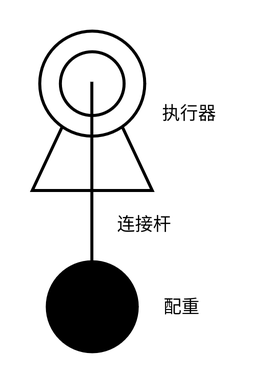
Above: image1.png in Sito-Drive/Single-actuator-torque-control (draw.io), before the change. Source tidied: cells renumbered, new cells last; positions are measured from the earlier drawing's top-left corner, leaving out a move shared by most shapes. Its diagram source:
```xml
<mxGraphModel math="1">
  <root>
    <mxCell id="0" />
    <mxCell id="1" parent="0" />
    <mxCell id="2" style="triangle;whiteSpace=wrap;html=1;rotation=-90;" parent="1" vertex="1">
      <mxGeometry x="0.5" y="24" width="85" height="80" as="geometry" />
    </mxCell>
    <mxCell id="3" style="ellipse;whiteSpace=wrap;html=1;fillColor=#000000;" parent="1" vertex="1">
      <mxGeometry x="13" y="154" width="60" height="60" as="geometry" />
    </mxCell>
    <mxCell id="4" style="ellipse;whiteSpace=wrap;html=1;" parent="1" vertex="1">
      <mxGeometry x="8" y="0.2" width="70" height="70" as="geometry" />
    </mxCell>
    <mxCell id="5" style="ellipse;whiteSpace=wrap;html=1;" parent="1" vertex="1">
      <mxGeometry x="21.8" y="14" width="42.5" height="42.5" as="geometry" />
    </mxCell>
    <mxCell id="6" style="endArrow=none;html=1;exitX=0.433;exitY=0.567;exitDx=0;exitDy=0;exitPerimeter=0;" parent="1" edge="1">
      <mxGeometry relative="1" as="geometry">
        <mxPoint x="42.7" y="34" as="sourcePoint" />
        <mxPoint x="42.7" y="174" as="targetPoint" />
      </mxGeometry>
    </mxCell>
    <mxCell id="7" value="执行器" style="text;html=1;align=center;verticalAlign=middle;whiteSpace=wrap;rounded=0;" parent="1" vertex="1">
      <mxGeometry x="78" y="40.2" width="60" height="30" as="geometry" />
    </mxCell>
    <mxCell id="8" value="配重" style="text;html=1;align=center;verticalAlign=middle;whiteSpace=wrap;rounded=0;" parent="1" vertex="1">
      <mxGeometry x="73" y="169" width="60" height="30" as="geometry" />
    </mxCell>
    <mxCell id="9" value="连接杆" style="text;html=1;align=center;verticalAlign=middle;whiteSpace=wrap;rounded=0;" parent="1" vertex="1">
      <mxGeometry x="48" y="114" width="60" height="30" as="geometry" />
    </mxCell>
  </root>
</mxGraphModel>
```
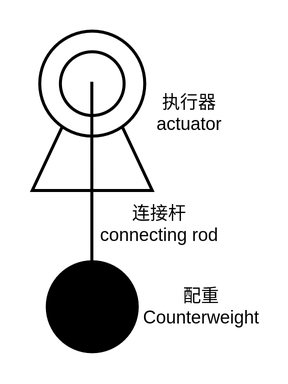
The same diagram one commit later.

The edit, as a diff of the source:
```diff
@@ -20,14 +20,14 @@
         <mxPoint x="42.7" y="174" as="targetPoint" />
       </mxGeometry>
     </mxCell>
-    <mxCell id="7" value="执行器" style="text;html=1;align=center;verticalAlign=middle;whiteSpace=wrap;rounded=0;" parent="1" vertex="1">
+    <mxCell id="7" value="执行器 actuator" style="text;html=1;align=center;verticalAlign=middle;whiteSpace=wrap;rounded=0;" parent="1" vertex="1">
       <mxGeometry x="78" y="40.2" width="60" height="30" as="geometry" />
     </mxCell>
-    <mxCell id="8" value="配重" style="text;html=1;align=center;verticalAlign=middle;whiteSpace=wrap;rounded=0;" parent="1" vertex="1">
-      <mxGeometry x="73" y="169" width="60" height="30" as="geometry" />
+    <mxCell id="8" value="配重 Counterweight" style="text;html=1;align=center;verticalAlign=middle;whiteSpace=wrap;rounded=0;" parent="1" vertex="1">
+      <mxGeometry x="85.5" y="169" width="60" height="30" as="geometry" />
     </mxCell>
-    <mxCell id="9" value="连接杆" style="text;html=1;align=center;verticalAlign=middle;whiteSpace=wrap;rounded=0;" parent="1" vertex="1">
-      <mxGeometry x="48" y="114" width="60" height="30" as="geometry" />
+    <mxCell id="9" value="连接杆 connecting rod" style="text;html=1;align=center;verticalAlign=middle;whiteSpace=wrap;rounded=0;" parent="1" vertex="1">
+      <mxGeometry x="43" y="114" width="90" height="30" as="geometry" />
     </mxCell>
   </root>
 </mxGraphModel>
```
